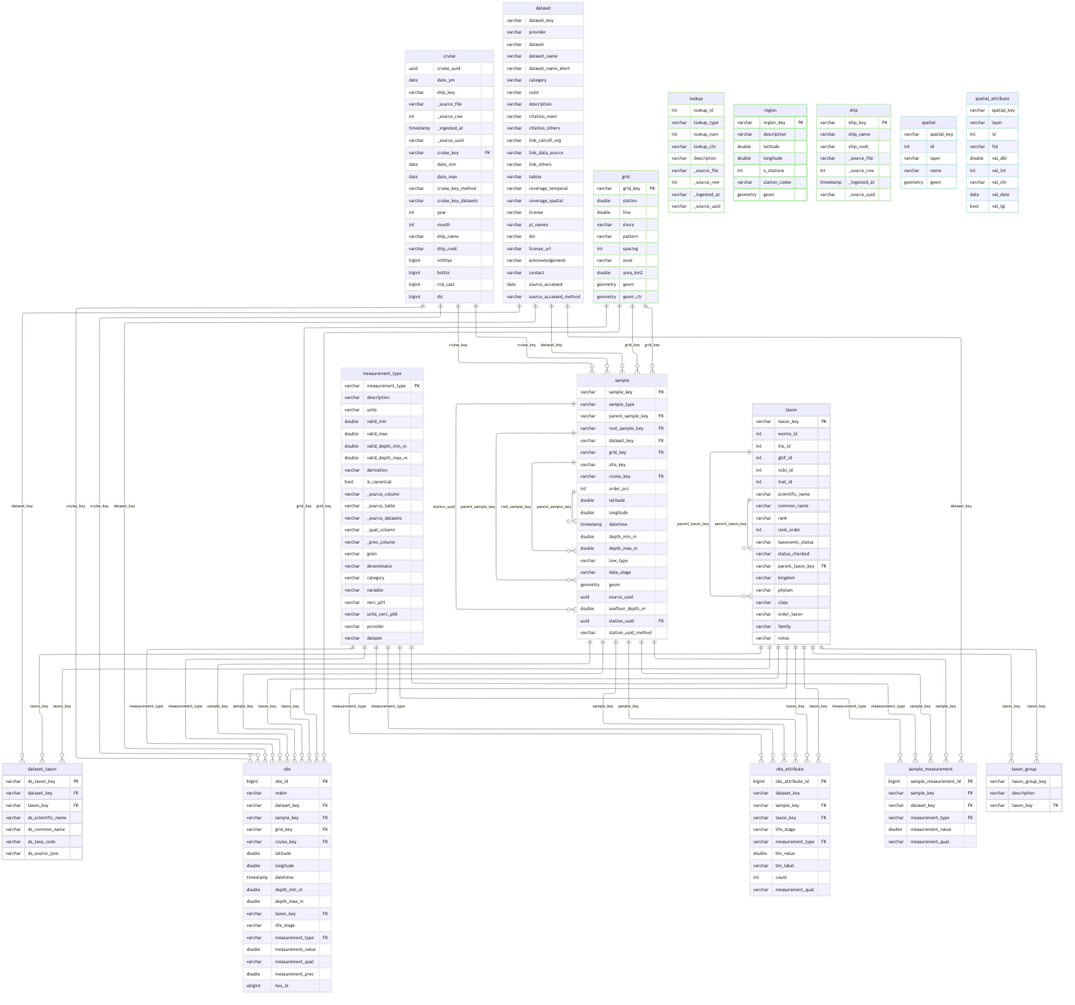
Earlier version of the Mermaid export _output/release_database_files/figure-html/combined_schema-1.png (CalCOFI/workflows). Its source is kept beside it as _output/release_database_files/figure-html/combined_schema-1.mmd.
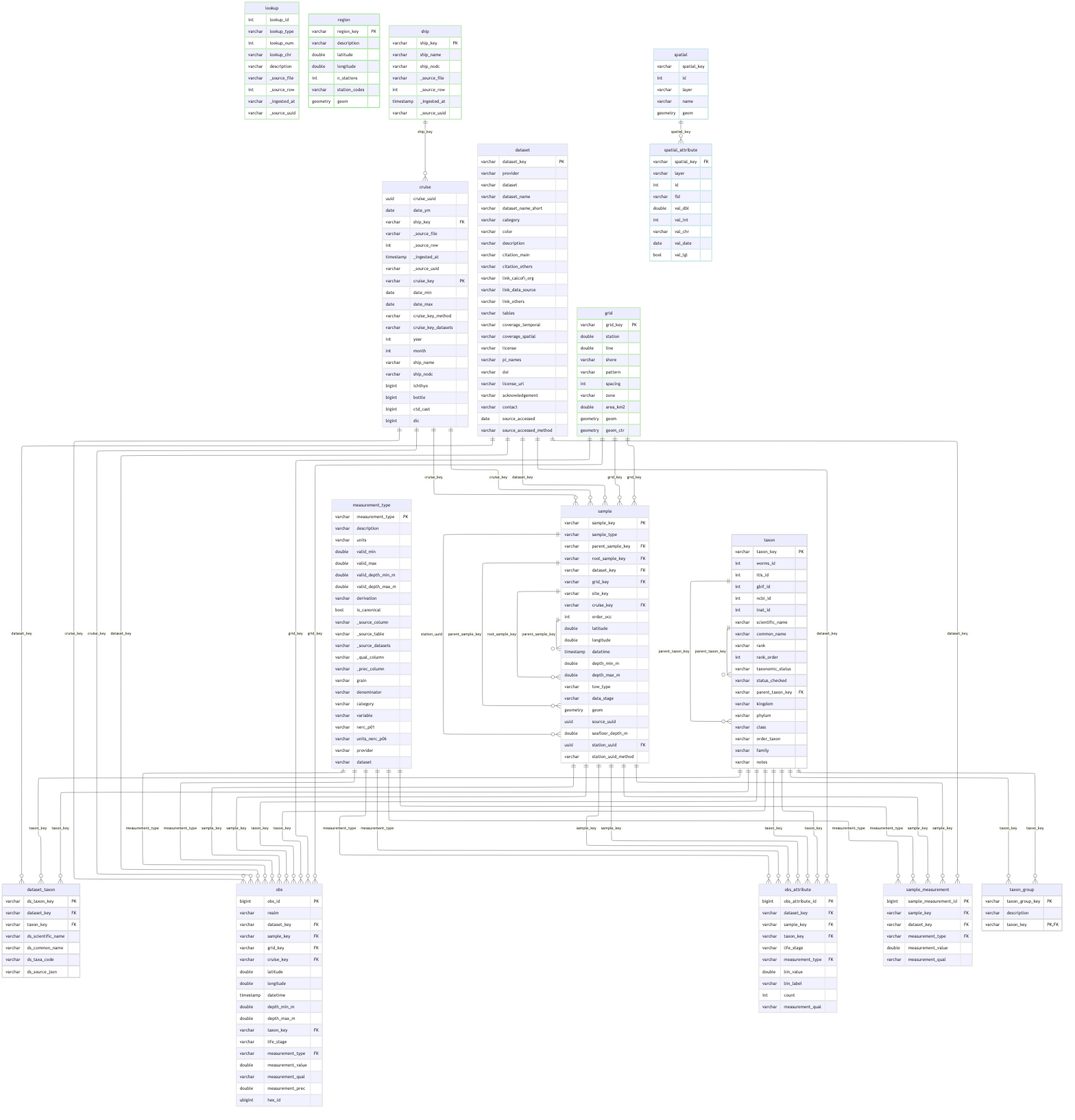
Above is the later version.

Change to the diagram source:
```diff
@@ -6,7 +6,7 @@
     cruise {
         uuid cruise_uuid
         date date_ym
-        varchar ship_key
+        varchar ship_key FK
         varchar _source_file
         int _source_row
         timestamp _ingested_at
@@ -26,7 +26,7 @@
         bigint dic
     }
     dataset {
-        varchar dataset_key
+        varchar dataset_key PK
         varchar provider
         varchar dataset
         varchar dataset_name
@@ -129,7 +129,7 @@
     }
     obs_attribute {
         bigint obs_attribute_id PK
-        varchar dataset_key
+        varchar dataset_key FK
         varchar sample_key FK
         varchar taxon_key FK
         varchar life_stage
@@ -196,7 +196,7 @@
         geometry geom
     }
     spatial_attribute {
-        varchar spatial_key
+        varchar spatial_key FK
         varchar layer
         int id
         varchar fld
@@ -228,9 +228,9 @@
         varchar notes
     }
     taxon_group {
-        varchar taxon_group_key
+        varchar taxon_group_key PK
         varchar description
-        varchar taxon_key FK
+        varchar taxon_key PK,FK
     }
     sample ||--o{ sample : "parent_sample_key"
     sample ||--o{ sample : "root_sample_key"
@@ -270,6 +270,9 @@
     taxon ||--o{ taxon_group : "taxon_key"
     taxon ||--o{ taxon : "parent_taxon_key"
     sample ||--o{ sample : "station_uuid"
+    spatial ||--o{ spatial_attribute : "spatial_key"
+    ship ||--o{ cruise : "ship_key"
+    dataset ||--o{ obs_attribute : "dataset_key"
     classDef _e8e8e8 stroke:#e8e8e8,stroke-width:3px
     class sample,obs,sample_measurement,measurement_type,obs_attribute,cruise,dataset _e8e8e8
     classDef _dcdcdc stroke:#dcdcdc,stroke-width:3px
```
